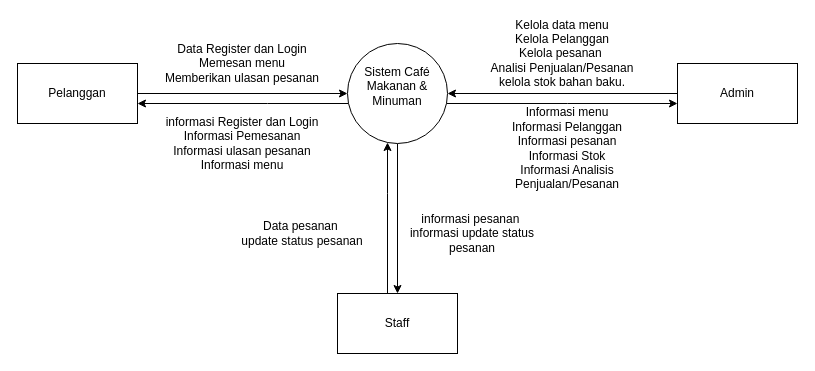
Above: page "Halaman-1" (1 of 2) of UAS RKDS.drawio in ubptr/porject-01 (draw.io), before the change. Source tidied: cells renumbered, new cells numbered last; positions are measured from the earlier drawing's top-left corner, leaving out a move shared by most shapes. Both pictures are drawn from the tidied source at 100%, with x=0, y=0 at pixel (17, 23).
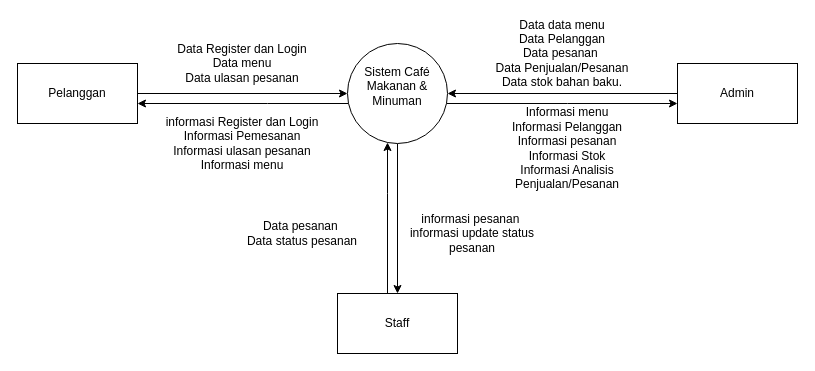
Above is the later version.

Change to the diagram source:
```diff
@@
-    <mxCell id="12" value="&lt;br&gt;&lt;div&gt;Data Register dan Login&lt;/div&gt;&lt;div&gt;Memesan menu&lt;/div&gt;&lt;div&gt;Memberikan ulasan pesanan&lt;br&gt;&lt;br&gt;&lt;/div&gt;" style="text;html=1;align=center;verticalAlign=middle;whiteSpace=wrap;rounded=0;" parent="1" vertex="1">
+    <mxCell id="12" value="&lt;br&gt;&lt;div&gt;Data Register dan Login&lt;/div&gt;&lt;div&gt;&lt;span style=&quot;background-color: initial;&quot;&gt;Data&lt;/span&gt;&lt;span style=&quot;background-color: initial;&quot;&gt;&amp;nbsp;&lt;/span&gt;menu&lt;/div&gt;&lt;div&gt;&lt;span style=&quot;background-color: initial;&quot;&gt;Data&lt;/span&gt;&lt;span style=&quot;background-color: initial;&quot;&gt;&amp;nbsp;&lt;/span&gt;ulasan pesanan&lt;br&gt;&lt;br&gt;&lt;/div&gt;" style="text;html=1;align=center;verticalAlign=middle;whiteSpace=wrap;rounded=0;" parent="1" vertex="1">
       <mxGeometry x="120" y="20" width="210" height="40" as="geometry" />
     </mxCell>
-    <mxCell id="13" value="Kelola data menu&lt;div&gt;Kelola Pelanggan&lt;br&gt;&lt;div&gt;Kelola pesanan&amp;nbsp;&lt;/div&gt;&lt;div&gt;Analisi Penjualan/Pesanan&lt;/div&gt;&lt;div&gt;kelola stok bahan baku.&lt;/div&gt;&lt;/div&gt;" style="text;html=1;align=center;verticalAlign=middle;whiteSpace=wrap;rounded=0;" parent="1" vertex="1">
+    <mxCell id="13" value="Data data menu&lt;br&gt;&lt;div&gt;&lt;span style=&quot;background-color: initial;&quot;&gt;Data&lt;/span&gt;&lt;span style=&quot;background-color: initial;&quot;&gt;&amp;nbsp;&lt;/span&gt;Pelanggan&lt;br&gt;&lt;div&gt;&lt;span style=&quot;background-color: initial;&quot;&gt;Data&lt;/span&gt;&lt;span style=&quot;background-color: initial;&quot;&gt;&amp;nbsp;&lt;/span&gt;pesanan&amp;nbsp;&lt;/div&gt;&lt;div&gt;&lt;span style=&quot;background-color: initial;&quot;&gt;Data&lt;/span&gt;&lt;span style=&quot;background-color: initial;&quot;&gt;&amp;nbsp;&lt;/span&gt;Penjualan/Pesanan&lt;/div&gt;&lt;div&gt;&lt;span style=&quot;background-color: initial;&quot;&gt;Data&lt;/span&gt;&lt;span style=&quot;background-color: initial;&quot;&gt;&amp;nbsp;&lt;/span&gt;stok bahan baku.&lt;/div&gt;&lt;/div&gt;" style="text;html=1;align=center;verticalAlign=middle;whiteSpace=wrap;rounded=0;" parent="1" vertex="1">
       <mxGeometry x="440" width="210" height="60" as="geometry" />
     </mxCell>
-    <mxCell id="14" value="Data pesanan&amp;nbsp;&lt;div&gt;update status pesanan&lt;/div&gt;" style="text;html=1;align=center;verticalAlign=middle;whiteSpace=wrap;rounded=0;" parent="1" vertex="1">
+    <mxCell id="14" value="Data pesanan&amp;nbsp;&lt;br&gt;&lt;div&gt;&lt;span style=&quot;background-color: initial;&quot;&gt;Data&lt;/span&gt;&lt;span style=&quot;background-color: initial;&quot;&gt;&amp;nbsp;&lt;/span&gt;status pesanan&lt;/div&gt;" style="text;html=1;align=center;verticalAlign=middle;whiteSpace=wrap;rounded=0;" parent="1" vertex="1">
       <mxGeometry x="210" y="190" width="150" height="40" as="geometry" />
     </mxCell>
```
